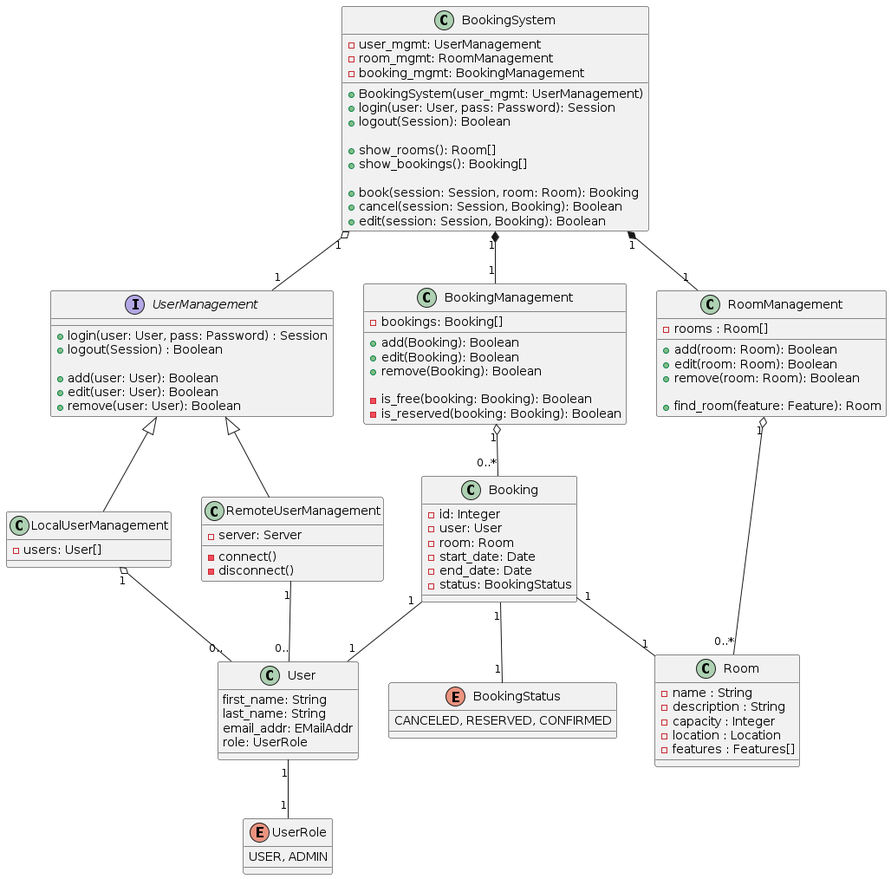
Above: out/class-diagram/class-diagram.png in gambels/booking-room-application (PlantUML), before the change.
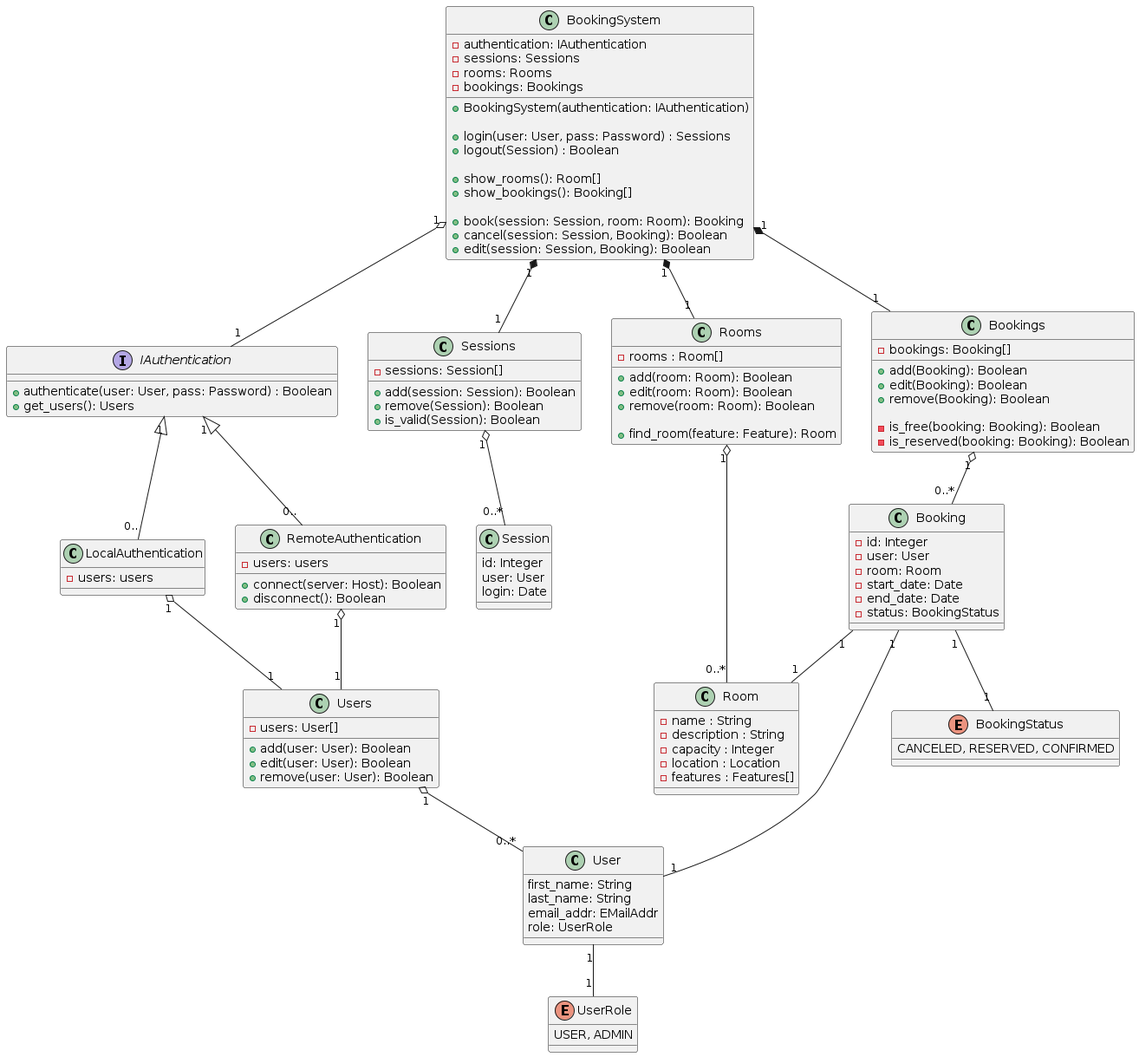
Later version of the same file.

Commit message:
Update exported class diagram

The edit, as a diff of the source:
```diff
@@ -1,9 +1,10 @@
 @startuml
 
 class BookingSystem {
-  +BookingSystem(user_mgmt: UserManagement)
-  +login(user: User, pass: Password): Session
-  +logout(Session): Boolean
+  +BookingSystem(authentication: IAuthentication)
+
+  +login(user: User, pass: Password) : Sessions
+  +logout(Session) : Boolean
 
   +show_rooms(): Room[]
   +show_bookings(): Booking[]
@@ -12,36 +13,61 @@
   +cancel(session: Session, Booking): Boolean
   +edit(session: Session, Booking): Boolean
 
-  -user_mgmt: UserManagement
-  -room_mgmt: RoomManagement
-  -booking_mgmt: BookingManagement
+  -authentication: IAuthentication
+  -sessions: Sessions
+  -rooms: Rooms
+  -bookings: Bookings
 }
-BookingSystem "1" o-- "1" UserManagement
-BookingSystem "1" *-- "1" RoomManagement
-BookingSystem "1" *-- "1" BookingManagement
+BookingSystem "1" o-- "1" IAuthentication
+BookingSystem "1" *-- "1" Sessions
+BookingSystem "1" *-- "1" Rooms
+BookingSystem "1" *-- "1" Bookings
 
-interface UserManagement {
-  +login(user: User, pass: Password) : Session
-  +logout(Session) : Boolean
+interface IAuthentication {
+  +authenticate(user: User, pass: Password) : Boolean
+  +get_users(): Users
+}
 
+IAuthentication "1" <|-- "0.." LocalAuthentication
+class LocalAuthentication {
+  -users: users
+}
+LocalAuthentication "1" o-- "1" Users
+
+IAuthentication "1" <|-- "0.." RemoteAuthentication
+class RemoteAuthentication {
+  +connect(server: Host): Boolean
+  +disconnect(): Boolean
+
+  -users: users
+}
+RemoteAuthentication "1" o-- "1" Users
+
+class Sessions
+{
+  +add(session: Session): Boolean
+  +remove(Session): Boolean
+  +is_valid(Session): Boolean
+
+  -sessions: Session[]
+}
+Sessions "1" o-- "0..*" Session
+
+class Session
+{
+  id: Integer
+  user: User
+  login: Date
+}
+
+class Users {
   +add(user: User): Boolean
   +edit(user: User): Boolean
   +remove(user: User): Boolean
-}
 
-UserManagement <|-- LocalUserManagement
-class LocalUserManagement {
   -users: User[]
 }
-LocalUserManagement "1" o-- "0.." User
-
-UserManagement <|-- RemoteUserManagement
-class RemoteUserManagement {
-  -connect()
-  -disconnect()
-  -server: Server
-}
-RemoteUserManagement "1" -- "0.." User
+Users "1" o-- "0..*" User
 
 class User {
   first_name: String
@@ -55,7 +81,7 @@
   USER, ADMIN
 }
 
-class RoomManagement {
+class Rooms {
   +add(room: Room): Boolean
   +edit(room: Room): Boolean
   +remove(room: Room): Boolean
@@ -64,7 +90,7 @@
 
   -rooms : Room[]
 }
-RoomManagement "1" o-- "0..*" Room
+Rooms "1" o-- "0..*" Room
 
 class Room {
   -name : String
@@ -74,7 +100,7 @@
   -features : Features[]
 }
 
-class BookingManagement {
+class Bookings {
   +add(Booking): Boolean
   +edit(Booking): Boolean
   +remove(Booking): Boolean
@@ -83,7 +109,7 @@
   -is_reserved(booking: Booking): Boolean
   -bookings: Booking[]
 }
-BookingManagement "1" o-- "0..*" Booking
+Bookings "1" o-- "0..*" Booking
 
 class Booking {
   -id: Integer
```
